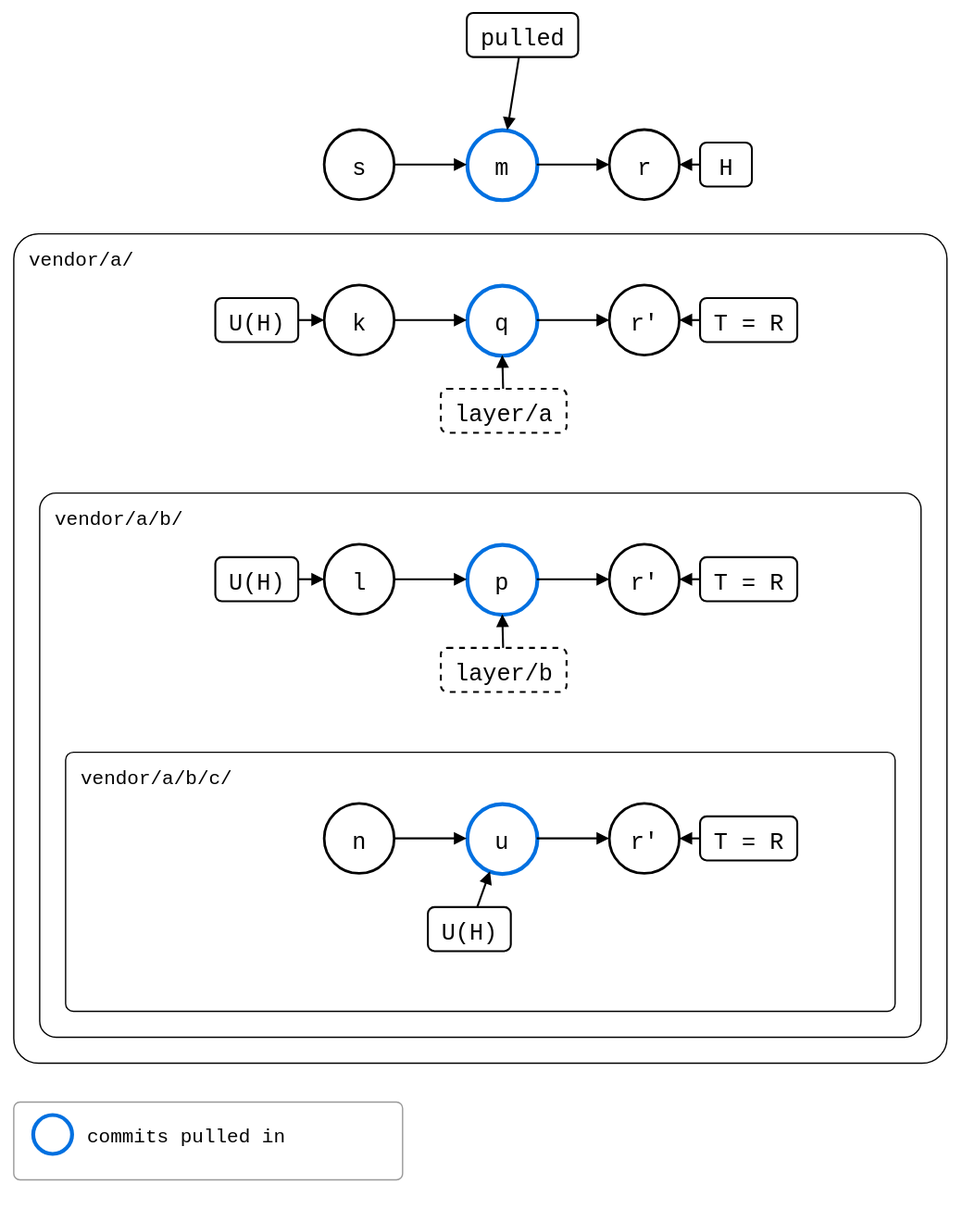
The draw.io diagram docs/09-scenarios/05-nested-splices/01-nested-splices/02-three-levels/rebased-pushed.drawio.svg in roschaefer/git-splice, before a commit. Source tidied: cells renumbered, new cells last; positions are measured from the earlier drawing's top-left corner, leaving out a move shared by most shapes.
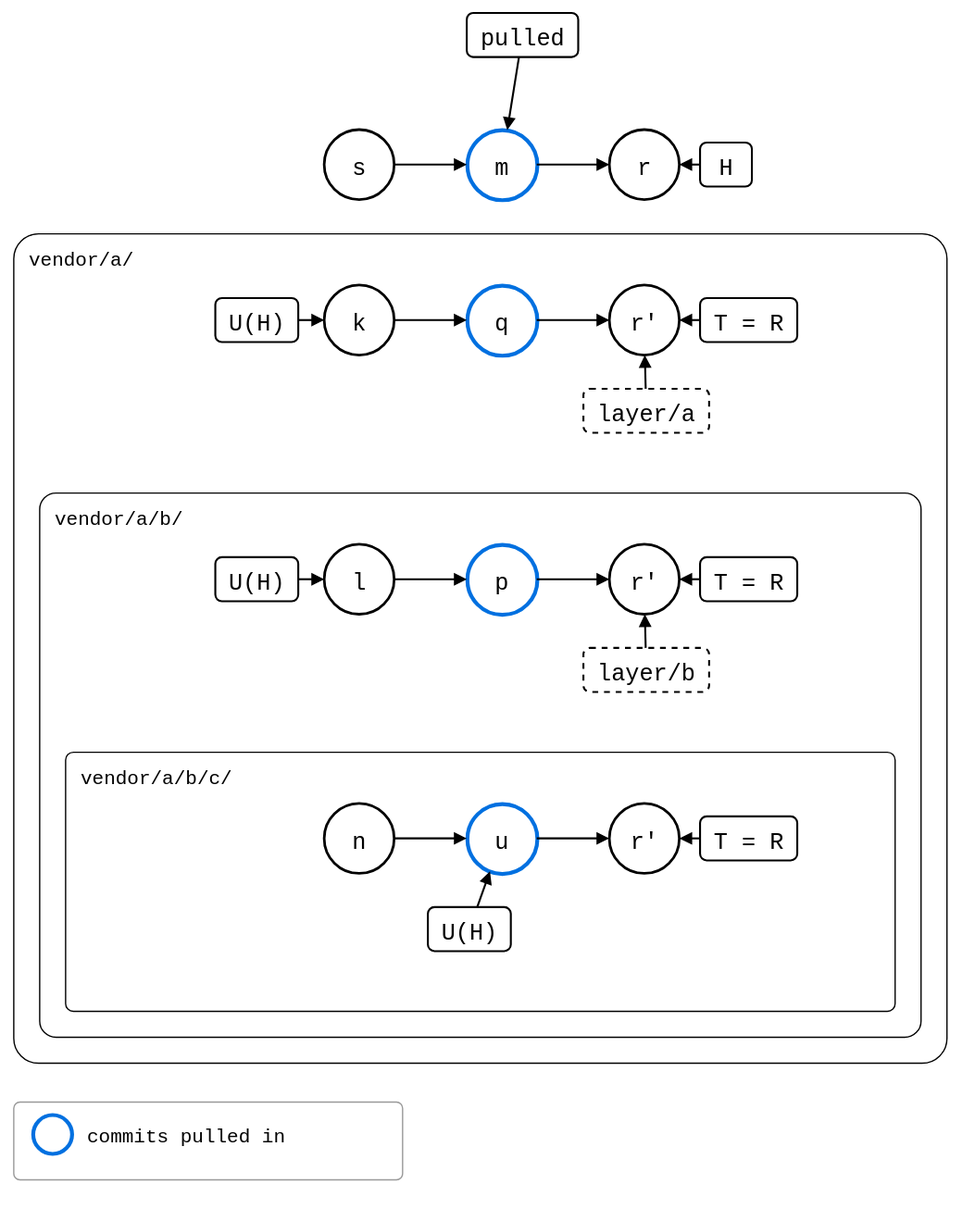
The same diagram one commit later.

Diff of the diagram source:
```diff
@@ -54,9 +54,9 @@
       <mxGeometry relative="1" as="geometry" />
     </mxCell>
     <mxCell id="19" value="layer/a" style="rounded=1;strokeWidth=1.5;fontSize=18;fontFamily=Roboto Mono,monospace;dashed=1;" parent="1" vertex="1">
-      <mxGeometry x="330" y="290" width="97" height="34" as="geometry" />
+      <mxGeometry x="440" y="290" width="97" height="34" as="geometry" />
     </mxCell>
-    <mxCell id="20" style="endArrow=block;endFill=1;html=1;strokeWidth=1.5;rounded=0;" parent="1" edge="1" source="19" target="17">
+    <mxCell id="20" style="endArrow=block;endFill=1;html=1;strokeWidth=1.5;rounded=0;" parent="1" edge="1" source="19" target="21">
       <mxGeometry relative="1" as="geometry" />
     </mxCell>
     <mxCell id="21" value="r'" style="ellipse;strokeWidth=2;fontSize=18;fontFamily=Roboto Mono,monospace;" parent="1" vertex="1">
@@ -87,9 +87,9 @@
       <mxGeometry relative="1" as="geometry" />
     </mxCell>
     <mxCell id="30" value="layer/b" style="rounded=1;strokeWidth=1.5;fontSize=18;fontFamily=Roboto Mono,monospace;dashed=1;" parent="1" vertex="1">
-      <mxGeometry x="330" y="490" width="97" height="34" as="geometry" />
+      <mxGeometry x="440" y="490" width="97" height="34" as="geometry" />
     </mxCell>
-    <mxCell id="31" style="endArrow=block;endFill=1;html=1;strokeWidth=1.5;rounded=0;" parent="1" edge="1" source="30" target="28">
+    <mxCell id="31" style="endArrow=block;endFill=1;html=1;strokeWidth=1.5;rounded=0;" parent="1" edge="1" source="30" target="32">
       <mxGeometry relative="1" as="geometry" />
     </mxCell>
     <mxCell id="32" value="r'" style="ellipse;strokeWidth=2;fontSize=18;fontFamily=Roboto Mono,monospace;" parent="1" vertex="1">
```
